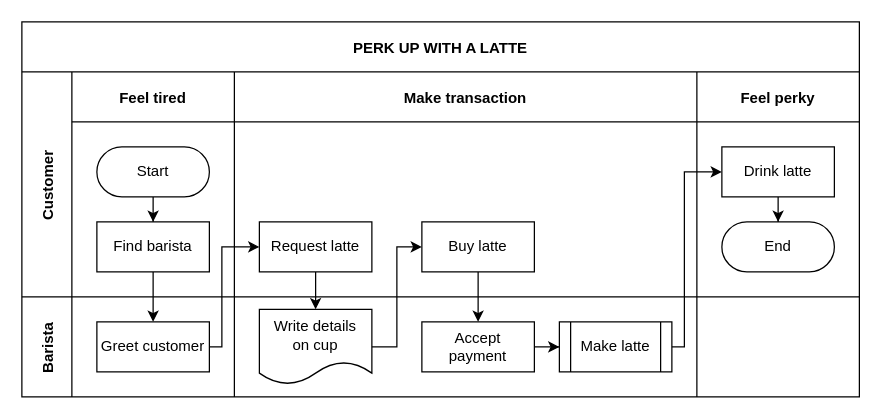
The draw.io diagram Диаграмма без названия.drawio in NikolayBoyzz/ArchitectorP_O-6, before the edit. Source tidied: cells renumbered, new cells numbered last; positions are measured from the earlier drawing's top-left corner, leaving out a move shared by most shapes. Both pictures are drawn from the tidied source at 125%, with x=0, y=0 at pixel (21, 21).
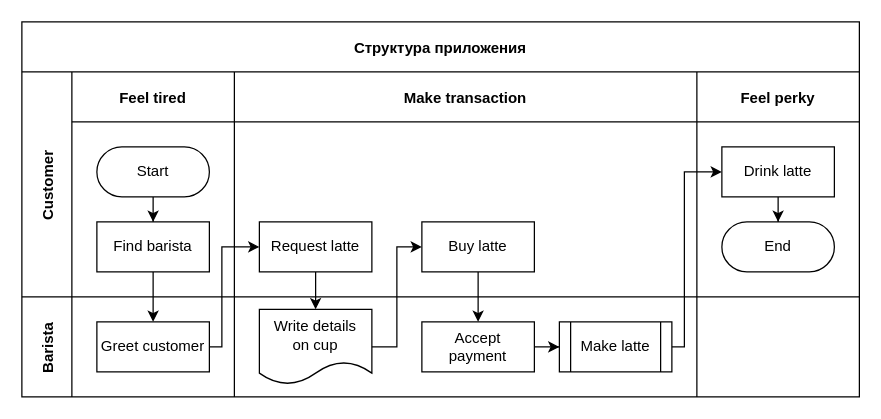
The same diagram, later.

Diff of the diagram source:
```diff
@@
-    <mxCell id="2" value="PERK UP WITH A LATTE" style="shape=table;childLayout=tableLayout;startSize=40;fillColor=none;fontStyle=1;" parent="1" vertex="1">
+    <mxCell id="2" value="Структура приложения" style="shape=table;childLayout=tableLayout;startSize=40;fillColor=none;fontStyle=1;" parent="1" vertex="1">
       <mxGeometry width="670" height="300" as="geometry" />
     </mxCell>
```
